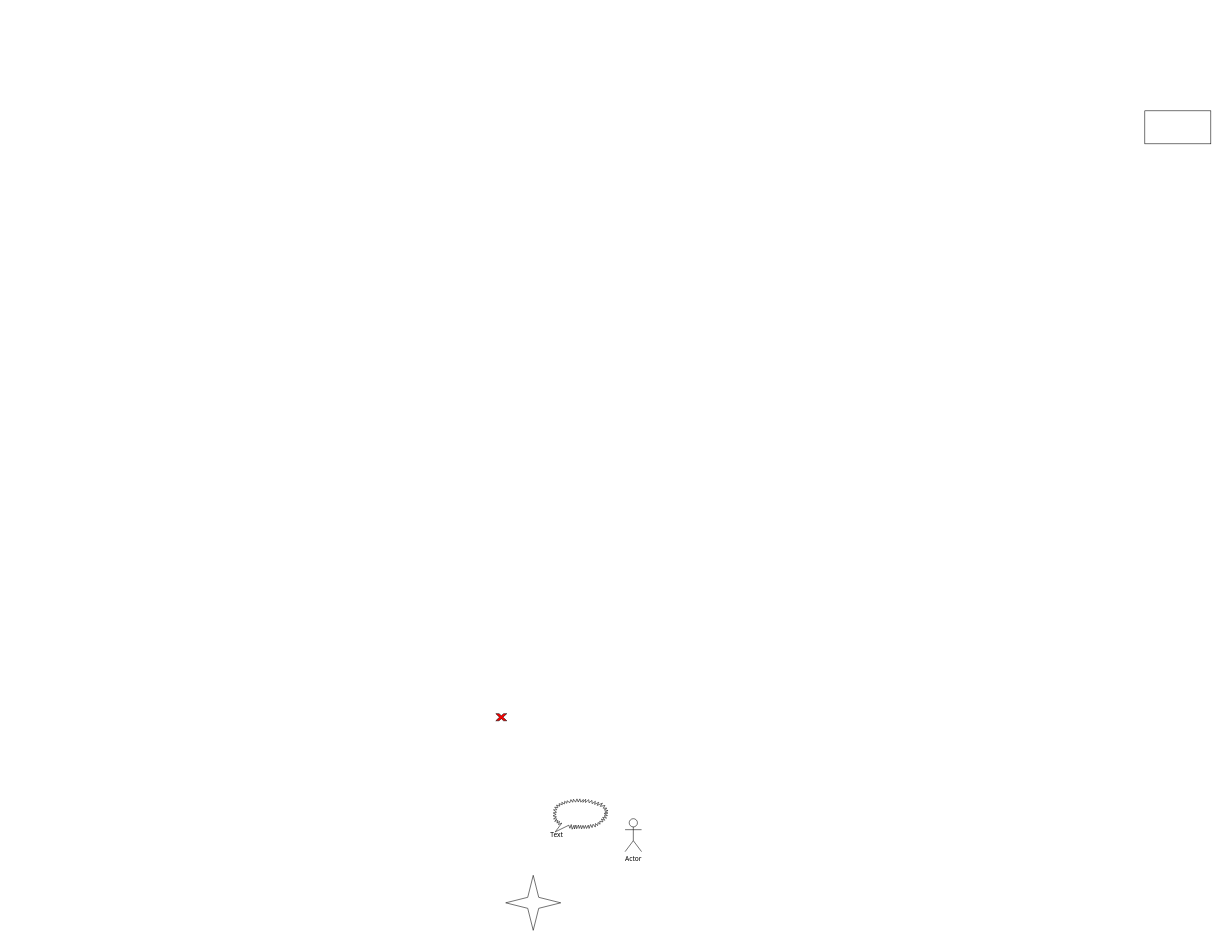
Earlier version of the draw.io diagram src/main/leetcode_manuscripts/draw_io/hbase_test_1.drawio (wat1r/geek-algorithm-leetcode). Source tidied: cells renumbered, new cells numbered last; positions are measured from the earlier drawing's top-left corner, leaving out a move shared by most shapes. Both pictures are drawn from the tidied source at 55%, with x=0, y=0 at pixel (496, 111).
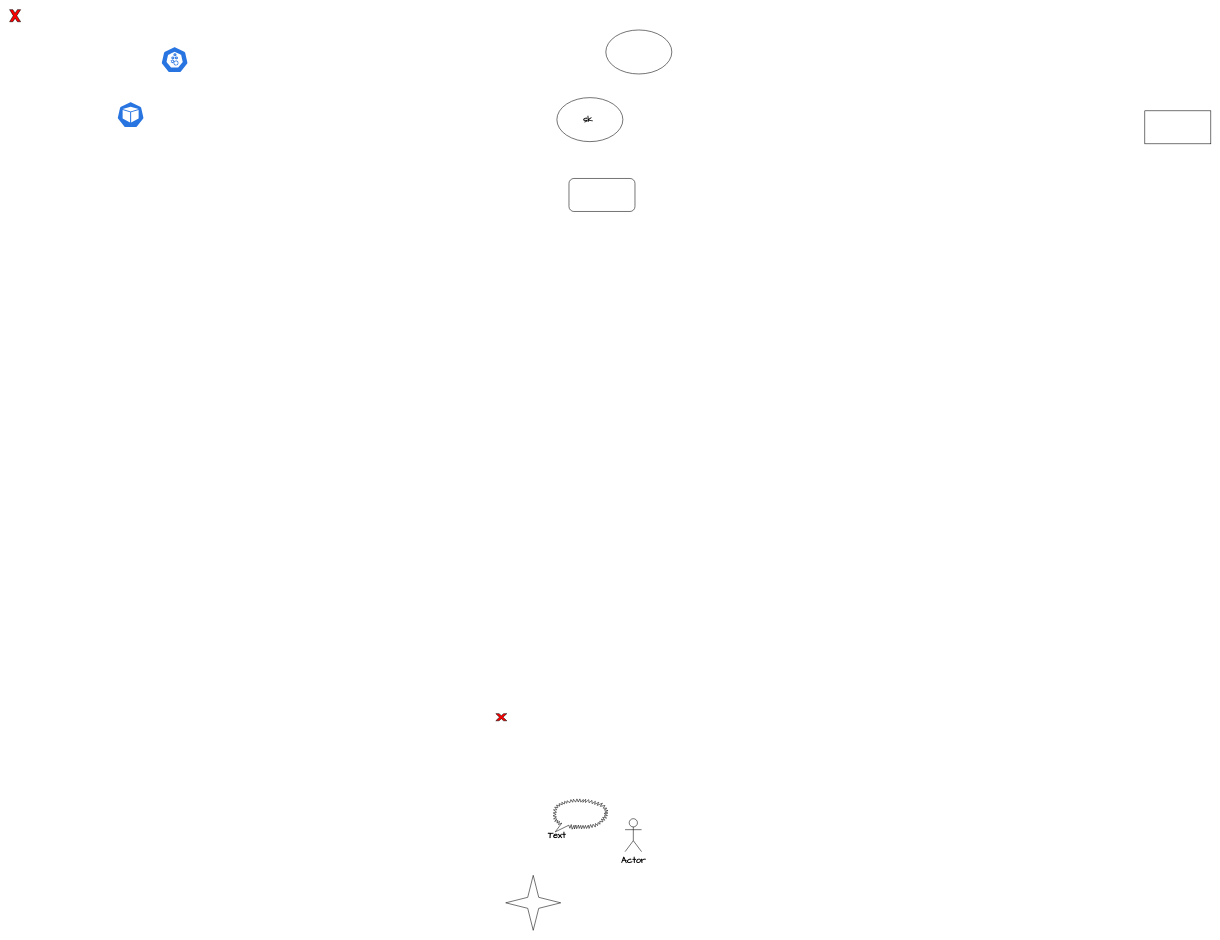
After the change.

What changed in the source:
```diff
@@
 <mxGraphModel>
   <root>
     <mxCell id="0" />
     <mxCell id="1" parent="0" />
-    <mxCell id="2" style="rounded=0;whiteSpace=wrap;html=1;fontFamily=Tahoma;" parent="1" vertex="1">
+    <mxCell id="2" style="rounded=0;whiteSpace=wrap;html=1;fontFamily=Comic Sans MS;fontStyle=1;fontSize=16;" parent="1" vertex="1">
       <mxGeometry x="1180" width="120" height="60" as="geometry" />
     </mxCell>
-    <mxCell id="3" value="Text" style="text;html=1;strokeColor=none;fillColor=none;align=center;verticalAlign=middle;whiteSpace=wrap;rounded=0;fontFamily=Tahoma;" parent="1" vertex="1">
+    <mxCell id="3" value="Text" style="text;html=1;strokeColor=none;fillColor=none;align=center;verticalAlign=middle;whiteSpace=wrap;rounded=0;fontFamily=Comic Sans MS;fontStyle=1;fontSize=16;" parent="1" vertex="1">
       <mxGeometry x="91" y="1307" width="40" height="20" as="geometry" />
     </mxCell>
-    <mxCell id="4" value="Actor" style="shape=umlActor;verticalLabelPosition=bottom;verticalAlign=top;html=1;fontFamily=Tahoma;" parent="1" vertex="1">
+    <mxCell id="4" value="Actor" style="shape=umlActor;verticalLabelPosition=bottom;verticalAlign=top;html=1;fontFamily=Comic Sans MS;fontStyle=1;fontSize=16;" parent="1" vertex="1">
       <mxGeometry x="235" y="1287" width="30" height="60" as="geometry" />
     </mxCell>
-    <mxCell id="5" style="verticalLabelPosition=bottom;verticalAlign=top;html=1;shape=mxgraph.basic.4_point_star_2;dx=0.8;fontFamily=Tahoma;" parent="1" vertex="1">
+    <mxCell id="5" style="verticalLabelPosition=bottom;verticalAlign=top;html=1;shape=mxgraph.basic.4_point_star_2;dx=0.8;fontFamily=Comic Sans MS;fontStyle=1;fontSize=16;" parent="1" vertex="1">
       <mxGeometry x="18" y="1390" width="100" height="100" as="geometry" />
     </mxCell>
-    <mxCell id="6" style="whiteSpace=wrap;html=1;shape=mxgraph.basic.loud_callout;fontFamily=Tahoma;" parent="1" vertex="1">
+    <mxCell id="6" style="whiteSpace=wrap;html=1;shape=mxgraph.basic.loud_callout;fontFamily=Comic Sans MS;fontStyle=1;fontSize=16;" parent="1" vertex="1">
       <mxGeometry x="104" y="1251" width="100" height="60" as="geometry" />
     </mxCell>
-    <mxCell id="7" style="verticalLabelPosition=bottom;verticalAlign=top;html=1;shape=mxgraph.basic.x;fontFamily=Tahoma;fillColor=#FF0000;" parent="1" vertex="1">
+    <mxCell id="7" style="verticalLabelPosition=bottom;verticalAlign=top;html=1;shape=mxgraph.basic.x;fontFamily=Comic Sans MS;fillColor=#FF0000;fontStyle=1;fontSize=16;" parent="1" vertex="1">
       <mxGeometry y="1096" width="20" height="13" as="geometry" />
     </mxCell>
+    <mxCell id="8" value="sk&amp;nbsp;" style="ellipse;whiteSpace=wrap;html=1;fontFamily=Comic Sans MS;fillColor=none;fontStyle=1;fontSize=16;" parent="1" vertex="1">
+      <mxGeometry x="111" y="-24" width="120" height="80" as="geometry" />
+    </mxCell>
+    <mxCell id="9" style="ellipse;whiteSpace=wrap;html=1;fontFamily=Comic Sans MS;fillColor=none;fontStyle=1;fontSize=16;" parent="1" vertex="1">
+      <mxGeometry x="200" y="-147" width="120" height="80" as="geometry" />
+    </mxCell>
+    <mxCell id="10" style="rounded=1;whiteSpace=wrap;html=1;fontFamily=Comic Sans MS;fillColor=none;fontStyle=1;fontSize=16;" parent="1" vertex="1">
+      <mxGeometry x="133" y="123" width="120" height="60" as="geometry" />
+    </mxCell>
+    <mxCell id="11" style="verticalLabelPosition=bottom;verticalAlign=top;html=1;shape=mxgraph.basic.x;fontFamily=Tahoma;fillColor=#FF0000;" parent="1" vertex="1">
+      <mxGeometry x="-884" y="-184" width="20" height="22" as="geometry" />
+    </mxCell>
+    <mxCell id="12" style="html=1;dashed=0;whitespace=wrap;fillColor=#2875E2;strokeColor=#ffffff;shape=mxgraph.kubernetes.icon;prIcon=pod;fontFamily=Comic Sans MS;fontSize=16;" parent="1" vertex="1">
+      <mxGeometry x="-689" y="-17" width="50" height="48" as="geometry" />
+    </mxCell>
+    <mxCell id="13" style="html=1;dashed=0;whitespace=wrap;fillColor=#2875E2;strokeColor=#ffffff;shape=mxgraph.kubernetes.icon;prIcon=node;fontFamily=Comic Sans MS;fontSize=16;" parent="1" vertex="1">
+      <mxGeometry x="-609" y="-117" width="50" height="48" as="geometry" />
+    </mxCell>
   </root>
 </mxGraphModel>
```
